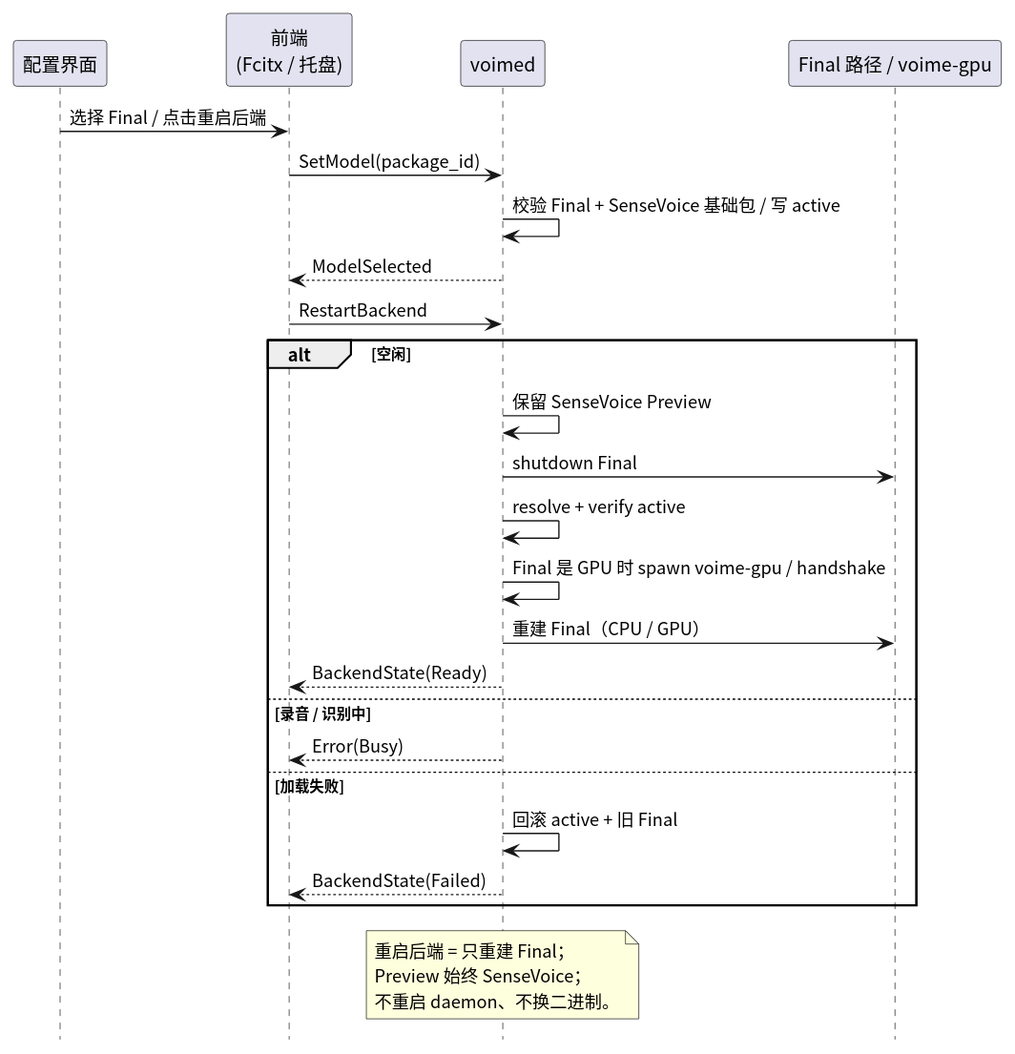
Before: crates/voimed/diagram/backend-restart.svg, a diagram exported from PlantUML (54m43lJ/voime).
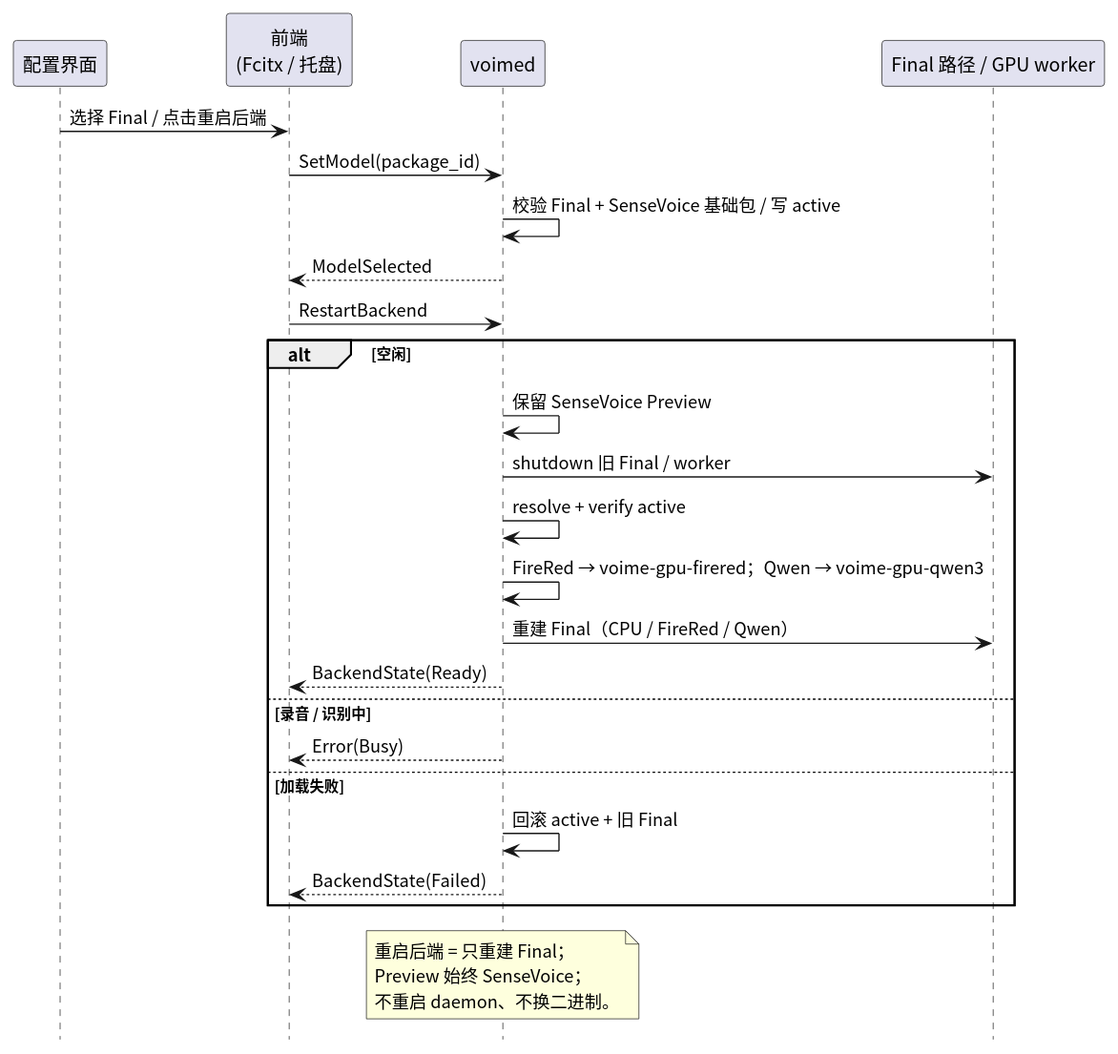
Above is the later version.

What changed in the source:
```diff
@@ -6,7 +6,7 @@
 participant "配置界面" as UI
 participant "前端\n(Fcitx / 托盘)" as Frontend
 participant "voimed" as Daemon
-participant "Final 路径 / voime-gpu" as Pipeline
+participant "Final 路径 / GPU worker" as Pipeline
 
 UI -> Frontend : 选择 Final / 点击重启后端
 Frontend -> Daemon : SetModel(package_id)
@@ -15,10 +15,10 @@
 Frontend -> Daemon : RestartBackend
 alt 空闲
   Daemon -> Daemon : 保留 SenseVoice Preview
-  Daemon -> Pipeline : shutdown Final
+  Daemon -> Pipeline : shutdown 旧 Final / worker
   Daemon -> Daemon : resolve + verify active
-  Daemon -> Daemon : Final 是 GPU 时 spawn voime-gpu / handshake
-  Daemon -> Pipeline : 重建 Final（CPU / GPU）
+  Daemon -> Daemon : FireRed → voime-gpu-firered；Qwen → voime-gpu-qwen3
+  Daemon -> Pipeline : 重建 Final（CPU / FireRed / Qwen）
   Daemon --> Frontend : BackendState(Ready)
 else 录音 / 识别中
   Daemon --> Frontend : Error(Busy)
```
